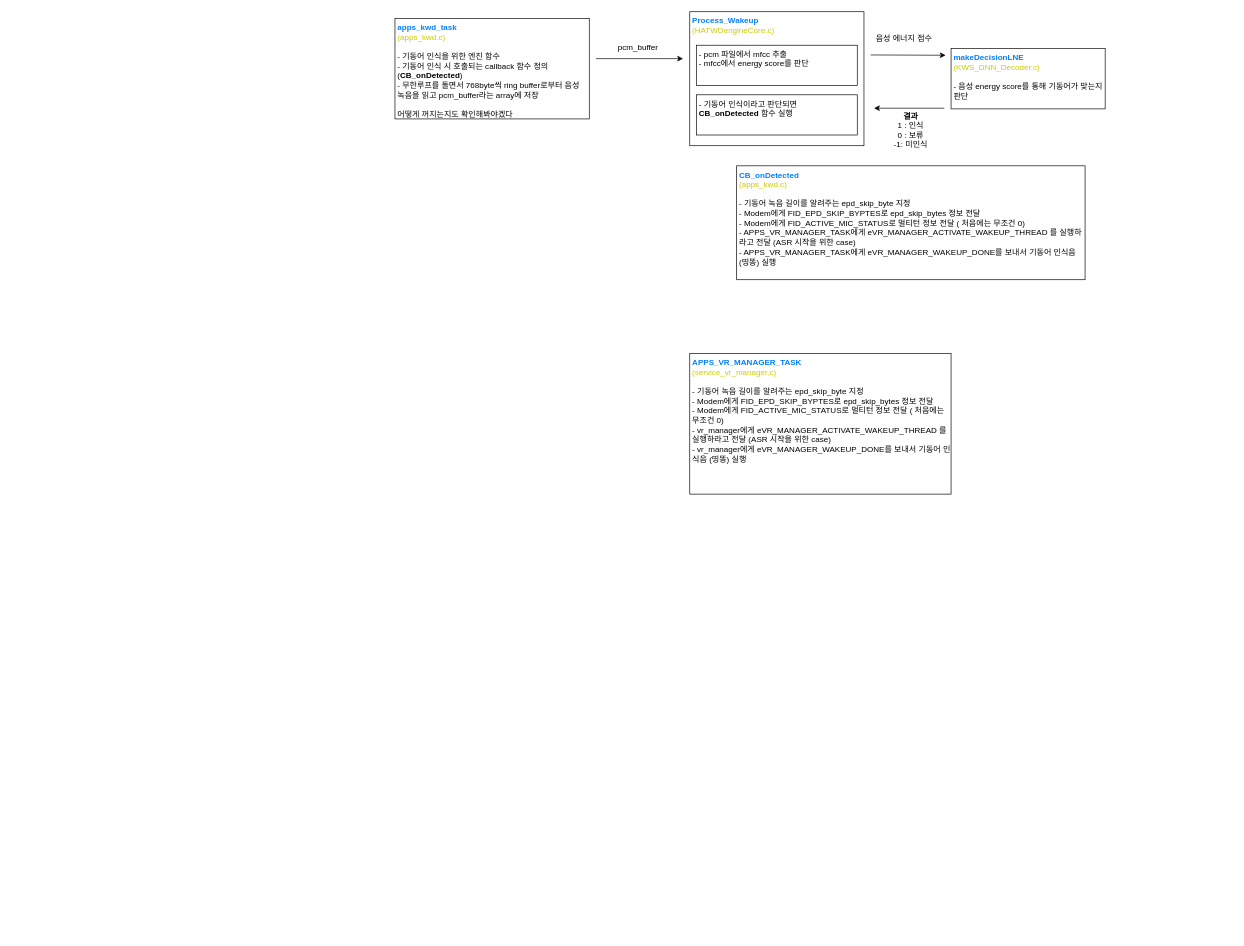
kimoginsteven/misc keeps this draw.io diagram as 음성인식flow.drawio. Above is the earlier version. Source tidied: cells renumbered, new cells numbered last; positions are measured from the earlier drawing's top-left corner, leaving out a move shared by most shapes. Both pictures are drawn from the tidied source at 67%, with x=0, y=0 at pixel (395, 11).
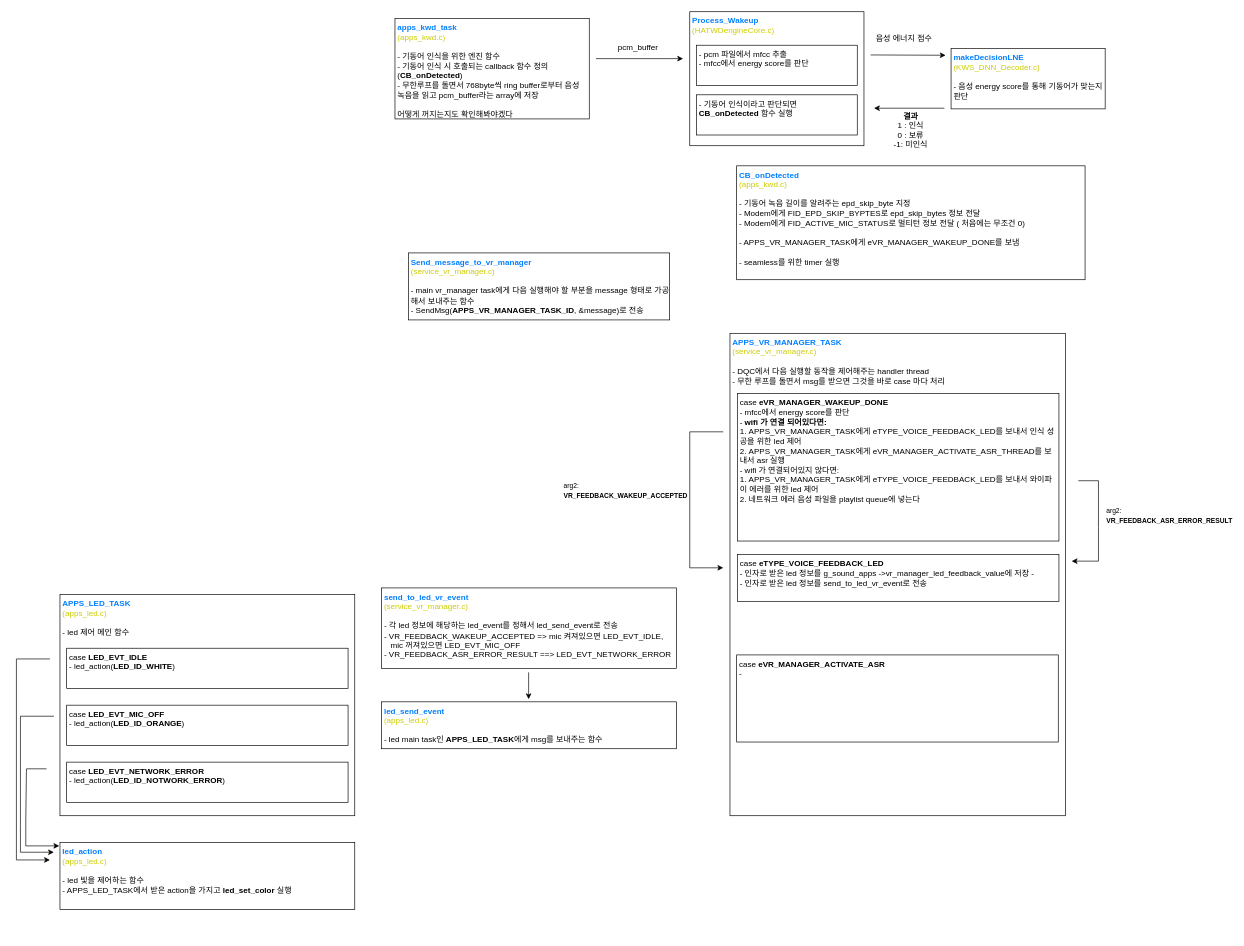
The same page after the edit.

Commit message:
음성인식flow.drawio 업데이트

Diff of the diagram source:
```diff
@@
-    <mxCell id="4" value="&lt;div style=&quot;&quot;&gt;&lt;b&gt;&lt;font color=&quot;#007fff&quot;&gt;CB_onDetected&lt;/font&gt;&lt;/b&gt;&lt;/div&gt;&lt;div style=&quot;&quot;&gt;&lt;span style=&quot;background-color: initial;&quot;&gt;&lt;font color=&quot;#cccc00&quot;&gt;(apps_kwd.c)&lt;/font&gt;&lt;/span&gt;&lt;/div&gt;&lt;div style=&quot;&quot;&gt;&lt;br&gt;&lt;/div&gt;&lt;div style=&quot;&quot;&gt;&lt;span style=&quot;background-color: initial;&quot;&gt;- 기동어 녹음 길이를 알려주는 epd_skip_byte 지정&lt;/span&gt;&lt;/div&gt;&lt;div style=&quot;&quot;&gt;&lt;span style=&quot;background-color: initial;&quot;&gt;- Modem에게 FID_EPD_SKIP_BYPTES로 epd_skip_bytes 정보 전달&lt;/span&gt;&lt;/div&gt;&lt;div style=&quot;&quot;&gt;&lt;span style=&quot;background-color: initial;&quot;&gt;- Modem에게 FID_ACTIVE_MIC_STATUS로 멀티턴 정보 전달 ( 처음에는 무조건 0)&lt;br&gt;&lt;/span&gt;&lt;/div&gt;&lt;div style=&quot;&quot;&gt;&lt;span style=&quot;background-color: initial;&quot;&gt;- APPS_VR_MANAGER_TASK에게 eVR_MANAGER_ACTIVATE_WAKEUP_THREAD 를 실행하라고 전달 (ASR 시작을 위한 case)&lt;/span&gt;&lt;/div&gt;&lt;div style=&quot;&quot;&gt;- APPS_VR_MANAGER_TASK에게 eVR_MANAGER_WAKEUP_DONE를 보내서 기동어 인식음 (띵똥) 실행&lt;span style=&quot;background-color: initial;&quot;&gt;&lt;br&gt;&lt;/span&gt;&lt;/div&gt;" style="rounded=0;whiteSpace=wrap;html=1;align=left;labelPosition=center;verticalLabelPosition=middle;verticalAlign=top;spacingRight=0;spacingLeft=2;" parent="1" vertex="1">
+    <mxCell id="4" value="&lt;div style=&quot;&quot;&gt;&lt;b&gt;&lt;font color=&quot;#007fff&quot;&gt;CB_onDetected&lt;/font&gt;&lt;/b&gt;&lt;/div&gt;&lt;div style=&quot;&quot;&gt;&lt;span style=&quot;background-color: initial;&quot;&gt;&lt;font color=&quot;#cccc00&quot;&gt;(apps_kwd.c)&lt;/font&gt;&lt;/span&gt;&lt;/div&gt;&lt;div style=&quot;&quot;&gt;&lt;br&gt;&lt;/div&gt;&lt;div style=&quot;&quot;&gt;&lt;span style=&quot;background-color: initial;&quot;&gt;- 기동어 녹음 길이를 알려주는 epd_skip_byte 지정&lt;/span&gt;&lt;/div&gt;&lt;div style=&quot;&quot;&gt;&lt;span style=&quot;background-color: initial;&quot;&gt;- Modem에게 FID_EPD_SKIP_BYPTES로 epd_skip_bytes 정보 전달&lt;/span&gt;&lt;/div&gt;&lt;div style=&quot;&quot;&gt;&lt;span style=&quot;background-color: initial;&quot;&gt;- Modem에게 FID_ACTIVE_MIC_STATUS로 멀티턴 정보 전달 ( 처음에는 무조건 0)&lt;/span&gt;&lt;/div&gt;&lt;div style=&quot;&quot;&gt;&lt;br&gt;&lt;/div&gt;&lt;div style=&quot;&quot;&gt;- APPS_VR_MANAGER_TASK에게 eVR_MANAGER_WAKEUP_DONE를 보냄&lt;span style=&quot;background-color: initial;&quot;&gt;&lt;br&gt;&lt;/span&gt;&lt;/div&gt;&lt;div style=&quot;&quot;&gt;&lt;br&gt;&lt;/div&gt;&lt;div style=&quot;&quot;&gt;- seamless를 위한 timer 실행&lt;/div&gt;" style="rounded=0;whiteSpace=wrap;html=1;align=left;labelPosition=center;verticalLabelPosition=middle;verticalAlign=top;spacingRight=0;spacingLeft=2;" parent="1" vertex="1">
       <mxGeometry x="510" y="230" width="520" height="170" as="geometry" />
     </mxCell>
@@
-    <mxCell id="15" value="&lt;div style=&quot;&quot;&gt;&lt;b&gt;&lt;font color=&quot;#007fff&quot;&gt;APPS_VR_MANAGER_TASK&lt;/font&gt;&lt;/b&gt;&lt;/div&gt;&lt;div style=&quot;&quot;&gt;&lt;span style=&quot;background-color: initial;&quot;&gt;&lt;font color=&quot;#cccc00&quot;&gt;(service_vr_manager.c)&lt;/font&gt;&lt;/span&gt;&lt;/div&gt;&lt;div style=&quot;&quot;&gt;&lt;br&gt;&lt;/div&gt;&lt;div style=&quot;&quot;&gt;&lt;span style=&quot;background-color: initial;&quot;&gt;- 기동어 녹음 길이를 알려주는 epd_skip_byte 지정&lt;/span&gt;&lt;/div&gt;&lt;div style=&quot;&quot;&gt;&lt;span style=&quot;background-color: initial;&quot;&gt;- Modem에게 FID_EPD_SKIP_BYPTES로 epd_skip_bytes 정보 전달&lt;/span&gt;&lt;/div&gt;&lt;div style=&quot;&quot;&gt;&lt;span style=&quot;background-color: initial;&quot;&gt;- Modem에게 FID_ACTIVE_MIC_STATUS로 멀티턴 정보 전달 ( 처음에는 무조건 0)&lt;br&gt;&lt;/span&gt;&lt;/div&gt;&lt;div style=&quot;&quot;&gt;&lt;span style=&quot;background-color: initial;&quot;&gt;- vr_manager에게 eVR_MANAGER_ACTIVATE_WAKEUP_THREAD 를 실행하라고 전달 (ASR 시작을 위한 case)&lt;/span&gt;&lt;/div&gt;&lt;div style=&quot;&quot;&gt;- vr_manager에게 eVR_MANAGER_WAKEUP_DONE를 보내서 기동어 인식음 (띵똥) 실행&lt;span style=&quot;background-color: initial;&quot;&gt;&lt;br&gt;&lt;/span&gt;&lt;/div&gt;" style="rounded=0;whiteSpace=wrap;html=1;align=left;labelPosition=center;verticalLabelPosition=middle;verticalAlign=top;spacingRight=0;spacingLeft=2;" parent="1" vertex="1">
-      <mxGeometry x="440" y="510" width="390" height="210" as="geometry" />
+    <mxCell id="15" value="&lt;div style=&quot;&quot;&gt;&lt;b&gt;&lt;font color=&quot;#007fff&quot;&gt;APPS_VR_MANAGER_TASK&lt;/font&gt;&lt;/b&gt;&lt;/div&gt;&lt;div style=&quot;&quot;&gt;&lt;span style=&quot;background-color: initial;&quot;&gt;&lt;font color=&quot;#cccc00&quot;&gt;(service_vr_manager.c)&lt;/font&gt;&lt;/span&gt;&lt;/div&gt;&lt;div style=&quot;&quot;&gt;&lt;br&gt;&lt;/div&gt;&lt;div style=&quot;&quot;&gt;&lt;span style=&quot;background-color: initial;&quot;&gt;- DQC에서 다음 실행할 동작을 제어해주는 handler thread&lt;/span&gt;&lt;/div&gt;&lt;div style=&quot;&quot;&gt;&lt;span style=&quot;background-color: initial;&quot;&gt;- 무한 루프를 돌면서 msg를 받으면 그것을 바로 case 마다 처리&lt;/span&gt;&lt;/div&gt;&lt;div style=&quot;&quot;&gt;&lt;br&gt;&lt;/div&gt;" style="rounded=0;whiteSpace=wrap;html=1;align=left;labelPosition=center;verticalLabelPosition=middle;verticalAlign=top;spacingRight=0;spacingLeft=2;" parent="1" vertex="1">
+      <mxGeometry x="500" y="480" width="501" height="720" as="geometry" />
     </mxCell>
+    <mxCell id="16" value="&lt;div style=&quot;&quot;&gt;&lt;b&gt;&lt;font color=&quot;#007fff&quot;&gt;Send_message_to_vr_manager&lt;/font&gt;&lt;/b&gt;&lt;/div&gt;&lt;div style=&quot;&quot;&gt;&lt;span style=&quot;background-color: initial;&quot;&gt;&lt;font color=&quot;#cccc00&quot;&gt;(service_vr_manager.c)&lt;/font&gt;&lt;/span&gt;&lt;/div&gt;&lt;div style=&quot;&quot;&gt;&lt;br&gt;&lt;/div&gt;&lt;div style=&quot;&quot;&gt;&lt;span style=&quot;background-color: initial;&quot;&gt;- main vr_manager task에게 다음 실행해야 할 부분을 message 형태로 가공해서 보내주는 함수&lt;/span&gt;&lt;/div&gt;&lt;div style=&quot;&quot;&gt;&lt;span style=&quot;background-color: initial;&quot;&gt;- SendMsg(&lt;b&gt;APPS_VR_MANAGER_TASK_ID&lt;/b&gt;, &amp;amp;message)로 전송&lt;/span&gt;&lt;/div&gt;&lt;div style=&quot;&quot;&gt;&lt;span style=&quot;background-color: initial;&quot;&gt;&lt;br&gt;&lt;/span&gt;&lt;/div&gt;&lt;div style=&quot;&quot;&gt;&lt;span style=&quot;background-color: initial;&quot;&gt;&lt;br&gt;&lt;/span&gt;&lt;/div&gt;" style="rounded=0;whiteSpace=wrap;html=1;align=left;labelPosition=center;verticalLabelPosition=middle;verticalAlign=top;spacingRight=0;spacingLeft=2;" parent="1" vertex="1">
+      <mxGeometry x="20" y="360" width="390" height="100" as="geometry" />
+    </mxCell>
+    <mxCell id="17" value="&lt;div style=&quot;&quot;&gt;case &lt;b&gt;eVR_MANAGER_WAKEUP_DONE&lt;/b&gt;&lt;/div&gt;&lt;div style=&quot;&quot;&gt;&lt;span style=&quot;background-color: initial;&quot;&gt;- mfcc에서 energy score를 판단&lt;/span&gt;&lt;/div&gt;&lt;div style=&quot;&quot;&gt;&lt;span style=&quot;background-color: initial;&quot;&gt;- &lt;b&gt;wifi 가 연결 되어있다면:&lt;/b&gt;&lt;/span&gt;&lt;/div&gt;&lt;div style=&quot;&quot;&gt;1.&amp;nbsp;&lt;span style=&quot;background-color: initial;&quot;&gt;APPS_VR_MANAGER_TASK에게 eTYPE_VOICE_FEEDBACK_LED를 보내서 인식 성공을 위한 led 제어&lt;/span&gt;&lt;/div&gt;&lt;div style=&quot;border-color: var(--border-color);&quot;&gt;2.&amp;nbsp;APPS_VR_MANAGER_TASK에게 eVR_MANAGER_ACTIVATE_ASR_THREAD를 보내서 asr 실행&lt;/div&gt;&lt;div style=&quot;border-color: var(--border-color);&quot;&gt;- wifi 가 연결되어있지 않다면:&lt;/div&gt;&lt;div style=&quot;border-color: var(--border-color);&quot;&gt;&lt;/div&gt;&lt;div style=&quot;border-color: var(--border-color);&quot;&gt;1.&amp;nbsp;APPS_VR_MANAGER_TASK에게 eTYPE_VOICE_FEEDBACK_LED를 보내서 와이파이 에러를 위한 led 제어&lt;/div&gt;&lt;div&gt;&lt;span style=&quot;border-color: var(--border-color); background-color: initial;&quot;&gt;2. 네트워크 에러 음성 파일을 playlist queue에 넣는다&lt;/span&gt;&lt;/div&gt;&lt;div style=&quot;&quot;&gt;&lt;div&gt;&lt;br&gt;&lt;/div&gt;&lt;/div&gt;" style="rounded=0;whiteSpace=wrap;html=1;align=left;labelPosition=center;verticalLabelPosition=middle;verticalAlign=top;spacingRight=0;spacingLeft=2;" parent="1" vertex="1">
+      <mxGeometry x="511" y="570" width="480" height="220" as="geometry" />
+    </mxCell>
+    <mxCell id="18" value="&lt;div style=&quot;&quot;&gt;case &lt;b&gt;eTYPE_VOICE_FEEDBACK_LED&lt;/b&gt;&lt;/div&gt;&lt;div style=&quot;&quot;&gt;- 인자로 받은 led 정보를 g_sound_apps -&amp;gt;vr_manager_led_feedback_value에 저장 -&amp;nbsp;&lt;/div&gt;- 인자로 받은 led 정보를&amp;nbsp;&lt;span style=&quot;background-color: initial;&quot;&gt;send_to_led_vr_event로 전송&lt;/span&gt;&lt;br&gt;&lt;div style=&quot;&quot;&gt;&lt;div&gt;&lt;br&gt;&lt;/div&gt;&lt;/div&gt;" style="rounded=0;whiteSpace=wrap;html=1;align=left;labelPosition=center;verticalLabelPosition=middle;verticalAlign=top;spacingRight=0;spacingLeft=2;" parent="1" vertex="1">
+      <mxGeometry x="511" y="810" width="480" height="70" as="geometry" />
+    </mxCell>
+    <mxCell id="19" value="&lt;div style=&quot;&quot;&gt;case &lt;b&gt;eVR_MANAGER_ACTIVATE_ASR&lt;/b&gt;&lt;/div&gt;&lt;div style=&quot;&quot;&gt;&lt;span style=&quot;background-color: initial;&quot;&gt;-&amp;nbsp;&lt;/span&gt;&lt;/div&gt;&lt;div style=&quot;&quot;&gt;&lt;div&gt;&lt;br&gt;&lt;/div&gt;&lt;/div&gt;" style="rounded=0;whiteSpace=wrap;html=1;align=left;labelPosition=center;verticalLabelPosition=middle;verticalAlign=top;spacingRight=0;spacingLeft=2;" parent="1" vertex="1">
+      <mxGeometry x="510" y="960" width="480" height="130" as="geometry" />
+    </mxCell>
+    <mxCell id="20" style="endArrow=classic;html=1;rounded=0;" parent="1" edge="1">
+      <mxGeometry relative="1" as="geometry">
+        <mxPoint x="490" y="627" as="sourcePoint" />
+        <mxPoint x="490" y="830" as="targetPoint" />
+        <Array as="points">
+          <mxPoint x="440" y="627" />
+          <mxPoint x="440" y="790" />
+          <mxPoint x="440" y="830" />
+          <mxPoint x="470" y="830" />
+        </Array>
+      </mxGeometry>
+    </mxCell>
+    <mxCell id="21" value="&lt;font style=&quot;font-size: 10px;&quot;&gt;arg2:&amp;nbsp;&lt;br&gt;&lt;b&gt;VR_FEEDBACK_WAKEUP_ACCEPTED&lt;/b&gt;&lt;/font&gt;" style="text;html=1;strokeColor=none;fillColor=none;align=left;verticalAlign=middle;whiteSpace=wrap;rounded=0;" parent="1" vertex="1">
+      <mxGeometry x="250" y="700" width="107" height="30" as="geometry" />
+    </mxCell>
+    <mxCell id="22" style="endArrow=classic;html=1;rounded=0;" parent="1" edge="1">
+      <mxGeometry relative="1" as="geometry">
+        <mxPoint x="1020" y="700" as="sourcePoint" />
+        <mxPoint x="1010" y="820" as="targetPoint" />
+        <Array as="points">
+          <mxPoint x="1050" y="700" />
+          <mxPoint x="1050" y="770" />
+          <mxPoint x="1050" y="820" />
+        </Array>
+      </mxGeometry>
+    </mxCell>
+    <mxCell id="23" value="&lt;font style=&quot;font-size: 10px;&quot;&gt;arg2:&amp;nbsp;&lt;br&gt;&lt;b&gt;VR_FEEDBACK_ASR_ERROR_RESULT&lt;/b&gt;&lt;/font&gt;" style="text;html=1;strokeColor=none;fillColor=none;align=left;verticalAlign=middle;whiteSpace=wrap;rounded=0;" parent="1" vertex="1">
+      <mxGeometry x="1060" y="737" width="107" height="30" as="geometry" />
+    </mxCell>
+    <mxCell id="24" value="&lt;div style=&quot;&quot;&gt;&lt;font color=&quot;#007fff&quot;&gt;&lt;b&gt;send_to_led_vr_event&lt;/b&gt;&lt;/font&gt;&lt;/div&gt;&lt;div style=&quot;&quot;&gt;&lt;span style=&quot;background-color: initial;&quot;&gt;&lt;font color=&quot;#cccc00&quot;&gt;(service_vr_manager.c)&lt;/font&gt;&lt;/span&gt;&lt;/div&gt;&lt;div style=&quot;&quot;&gt;&lt;br&gt;&lt;/div&gt;&lt;div style=&quot;&quot;&gt;&lt;span style=&quot;background-color: initial;&quot;&gt;- 각 led 정보에 해당하는 led_event를 정해서 led_send_event로 전송&lt;/span&gt;&lt;/div&gt;- VR_FEEDBACK_WAKEUP_ACCEPTED =&amp;gt; mic 켜져있으면 LED_EVT_IDLE,&lt;br&gt;&amp;nbsp; &amp;nbsp;mic 꺼져있으면 LED_EVT_MIC_OFF&lt;br&gt;- VR_FEEDBACK_ASR_ERROR_RESULT ==&amp;gt; LED_EVT_NETWORK_ERROR&lt;br&gt;&lt;div style=&quot;&quot;&gt;&lt;span style=&quot;background-color: initial;&quot;&gt;&lt;br&gt;&lt;/span&gt;&lt;/div&gt;" style="rounded=0;whiteSpace=wrap;html=1;align=left;labelPosition=center;verticalLabelPosition=middle;verticalAlign=top;spacingRight=0;spacingLeft=2;" parent="1" vertex="1">
+      <mxGeometry x="-20" y="860" width="440" height="120" as="geometry" />
+    </mxCell>
+    <mxCell id="25" value="&lt;div style=&quot;&quot;&gt;&lt;font color=&quot;#007fff&quot;&gt;&lt;b&gt;led_send_event&lt;/b&gt;&lt;/font&gt;&lt;/div&gt;&lt;div style=&quot;&quot;&gt;&lt;span style=&quot;background-color: initial;&quot;&gt;&lt;font color=&quot;#cccc00&quot;&gt;(apps_led.c)&lt;/font&gt;&lt;/span&gt;&lt;/div&gt;&lt;div style=&quot;&quot;&gt;&lt;br&gt;&lt;/div&gt;&lt;div style=&quot;&quot;&gt;&lt;span style=&quot;background-color: initial;&quot;&gt;- led main task인 &lt;b&gt;APPS_LED_TASK&lt;/b&gt;에게 msg를 보내주는 함수&lt;/span&gt;&lt;/div&gt;&lt;br&gt;&lt;div style=&quot;&quot;&gt;&lt;span style=&quot;background-color: initial;&quot;&gt;&lt;br&gt;&lt;/span&gt;&lt;/div&gt;" style="rounded=0;whiteSpace=wrap;html=1;align=left;labelPosition=center;verticalLabelPosition=middle;verticalAlign=top;spacingRight=0;spacingLeft=2;" parent="1" vertex="1">
+      <mxGeometry x="-20" y="1030" width="440" height="70" as="geometry" />
+    </mxCell>
+    <mxCell id="26" style="endArrow=classic;html=1;rounded=0;" parent="1" edge="1">
+      <mxGeometry relative="1" as="geometry">
+        <mxPoint x="199.5" y="986" as="sourcePoint" />
+        <mxPoint x="199.5" y="1026" as="targetPoint" />
+      </mxGeometry>
+    </mxCell>
+    <mxCell id="27" value="&lt;div style=&quot;&quot;&gt;&lt;font color=&quot;#007fff&quot;&gt;&lt;b&gt;APPS_LED_TASK&lt;/b&gt;&lt;/font&gt;&lt;/div&gt;&lt;div style=&quot;&quot;&gt;&lt;span style=&quot;background-color: initial;&quot;&gt;&lt;font color=&quot;#cccc00&quot;&gt;(apps_led.c)&lt;/font&gt;&lt;/span&gt;&lt;/div&gt;&lt;div style=&quot;&quot;&gt;&lt;br&gt;&lt;/div&gt;&lt;div style=&quot;&quot;&gt;&lt;span style=&quot;background-color: initial;&quot;&gt;- led 제어 메인 함수&lt;/span&gt;&lt;/div&gt;&lt;div style=&quot;&quot;&gt;&lt;span style=&quot;background-color: initial;&quot;&gt;&lt;br&gt;&lt;/span&gt;&lt;/div&gt;&lt;div style=&quot;&quot;&gt;&lt;span style=&quot;background-color: initial;&quot;&gt;&lt;br&gt;&lt;/span&gt;&lt;/div&gt;&lt;br&gt;&lt;div style=&quot;&quot;&gt;&lt;span style=&quot;background-color: initial;&quot;&gt;&lt;br&gt;&lt;/span&gt;&lt;/div&gt;" style="rounded=0;whiteSpace=wrap;html=1;align=left;labelPosition=center;verticalLabelPosition=middle;verticalAlign=top;spacingRight=0;spacingLeft=2;" parent="1" vertex="1">
+      <mxGeometry x="-500" y="870" width="440" height="330" as="geometry" />
+    </mxCell>
+    <mxCell id="28" value="&lt;div style=&quot;&quot;&gt;case &lt;b&gt;LED_EVT_IDLE&lt;/b&gt;&lt;/div&gt;&lt;div style=&quot;&quot;&gt;&lt;span style=&quot;background-color: initial;&quot;&gt;- led_action(&lt;b&gt;LED_ID_WHITE&lt;/b&gt;)&lt;/span&gt;&lt;/div&gt;&lt;div style=&quot;&quot;&gt;&lt;div&gt;&lt;br&gt;&lt;/div&gt;&lt;/div&gt;" style="rounded=0;whiteSpace=wrap;html=1;align=left;labelPosition=center;verticalLabelPosition=middle;verticalAlign=top;spacingRight=0;spacingLeft=2;" parent="1" vertex="1">
+      <mxGeometry x="-490" y="950" width="420" height="60" as="geometry" />
+    </mxCell>
+    <mxCell id="29" value="&lt;div style=&quot;&quot;&gt;case &lt;b&gt;LED_EVT_MIC_OFF&lt;/b&gt;&lt;/div&gt;&lt;div style=&quot;&quot;&gt;&lt;span style=&quot;background-color: initial;&quot;&gt;- led_action(&lt;b&gt;LED_ID_ORANGE&lt;/b&gt;)&lt;/span&gt;&lt;/div&gt;&lt;div style=&quot;&quot;&gt;&lt;div&gt;&lt;br&gt;&lt;/div&gt;&lt;/div&gt;" style="rounded=0;whiteSpace=wrap;html=1;align=left;labelPosition=center;verticalLabelPosition=middle;verticalAlign=top;spacingRight=0;spacingLeft=2;" parent="1" vertex="1">
+      <mxGeometry x="-490" y="1035" width="420" height="60" as="geometry" />
+    </mxCell>
+    <mxCell id="30" value="&lt;div style=&quot;&quot;&gt;case &lt;b&gt;LED_EVT_NETWORK_ERROR&lt;/b&gt;&lt;/div&gt;&lt;div style=&quot;&quot;&gt;&lt;span style=&quot;background-color: initial;&quot;&gt;- led_action(&lt;b&gt;LED_ID_NOTWORK_ERROR&lt;/b&gt;)&lt;/span&gt;&lt;/div&gt;&lt;div style=&quot;&quot;&gt;&lt;div&gt;&lt;br&gt;&lt;/div&gt;&lt;/div&gt;" style="rounded=0;whiteSpace=wrap;html=1;align=left;labelPosition=center;verticalLabelPosition=middle;verticalAlign=top;spacingRight=0;spacingLeft=2;" parent="1" vertex="1">
+      <mxGeometry x="-490" y="1120" width="420" height="60" as="geometry" />
+    </mxCell>
+    <mxCell id="31" value="&lt;div style=&quot;&quot;&gt;&lt;font color=&quot;#007fff&quot;&gt;&lt;b&gt;led_action&lt;/b&gt;&lt;/font&gt;&lt;/div&gt;&lt;div style=&quot;&quot;&gt;&lt;span style=&quot;background-color: initial;&quot;&gt;&lt;font color=&quot;#cccc00&quot;&gt;(apps_led.c)&lt;/font&gt;&lt;/span&gt;&lt;/div&gt;&lt;div style=&quot;&quot;&gt;&lt;br&gt;&lt;/div&gt;&lt;div style=&quot;&quot;&gt;&lt;span style=&quot;background-color: initial;&quot;&gt;- led 빛을 제어하는 함수&lt;/span&gt;&lt;/div&gt;&lt;div style=&quot;&quot;&gt;&lt;span style=&quot;background-color: initial;&quot;&gt;- APPS_LED_TASK에서 받은 action을 가지고 &lt;b&gt;led_set_color&lt;/b&gt; 실행&lt;/span&gt;&lt;/div&gt;&lt;div style=&quot;&quot;&gt;&lt;span style=&quot;background-color: initial;&quot;&gt;&lt;br&gt;&lt;/span&gt;&lt;/div&gt;&lt;div style=&quot;&quot;&gt;&lt;span style=&quot;background-color: initial;&quot;&gt;&lt;br&gt;&lt;/span&gt;&lt;/div&gt;&lt;br&gt;&lt;div style=&quot;&quot;&gt;&lt;span style=&quot;background-color: initial;&quot;&gt;&lt;br&gt;&lt;/span&gt;&lt;/div&gt;" style="rounded=0;whiteSpace=wrap;html=1;align=left;labelPosition=center;verticalLabelPosition=middle;verticalAlign=top;spacingRight=0;spacingLeft=2;" parent="1" vertex="1">
+      <mxGeometry x="-500" y="1240" width="440" height="100" as="geometry" />
+    </mxCell>
+    <mxCell id="32" style="endArrow=classic;html=1;rounded=0;" parent="1" edge="1">
+      <mxGeometry relative="1" as="geometry">
+        <mxPoint x="-509" y="1051.5" as="sourcePoint" />
+        <mxPoint x="-509" y="1254.5" as="targetPoint" />
+        <Array as="points">
+          <mxPoint x="-559" y="1051.5" />
+          <mxPoint x="-559" y="1214.5" />
+          <mxPoint x="-559" y="1254.5" />
+          <mxPoint x="-529" y="1254.5" />
+        </Array>
+      </mxGeometry>
+    </mxCell>
+    <mxCell id="33" style="endArrow=classic;html=1;rounded=0;" parent="1" edge="1">
+      <mxGeometry relative="1" as="geometry">
+        <mxPoint x="-515" y="966" as="sourcePoint" />
+        <mxPoint x="-515" y="1266" as="targetPoint" />
+        <Array as="points">
+          <mxPoint x="-565" y="966" />
+          <mxPoint x="-565" y="1129" />
+          <mxPoint x="-565" y="1266" />
+          <mxPoint x="-535" y="1266" />
+        </Array>
+      </mxGeometry>
+    </mxCell>
+    <mxCell id="34" style="endArrow=classic;html=1;rounded=0;" parent="1" edge="1">
+      <mxGeometry relative="1" as="geometry">
+        <mxPoint x="-520" y="1130" as="sourcePoint" />
+        <mxPoint x="-501" y="1245" as="targetPoint" />
+        <Array as="points">
+          <mxPoint x="-550" y="1130" />
+          <mxPoint x="-551" y="1205" />
+          <mxPoint x="-551" y="1245" />
+          <mxPoint x="-521" y="1245" />
+        </Array>
+      </mxGeometry>
+    </mxCell>
```
